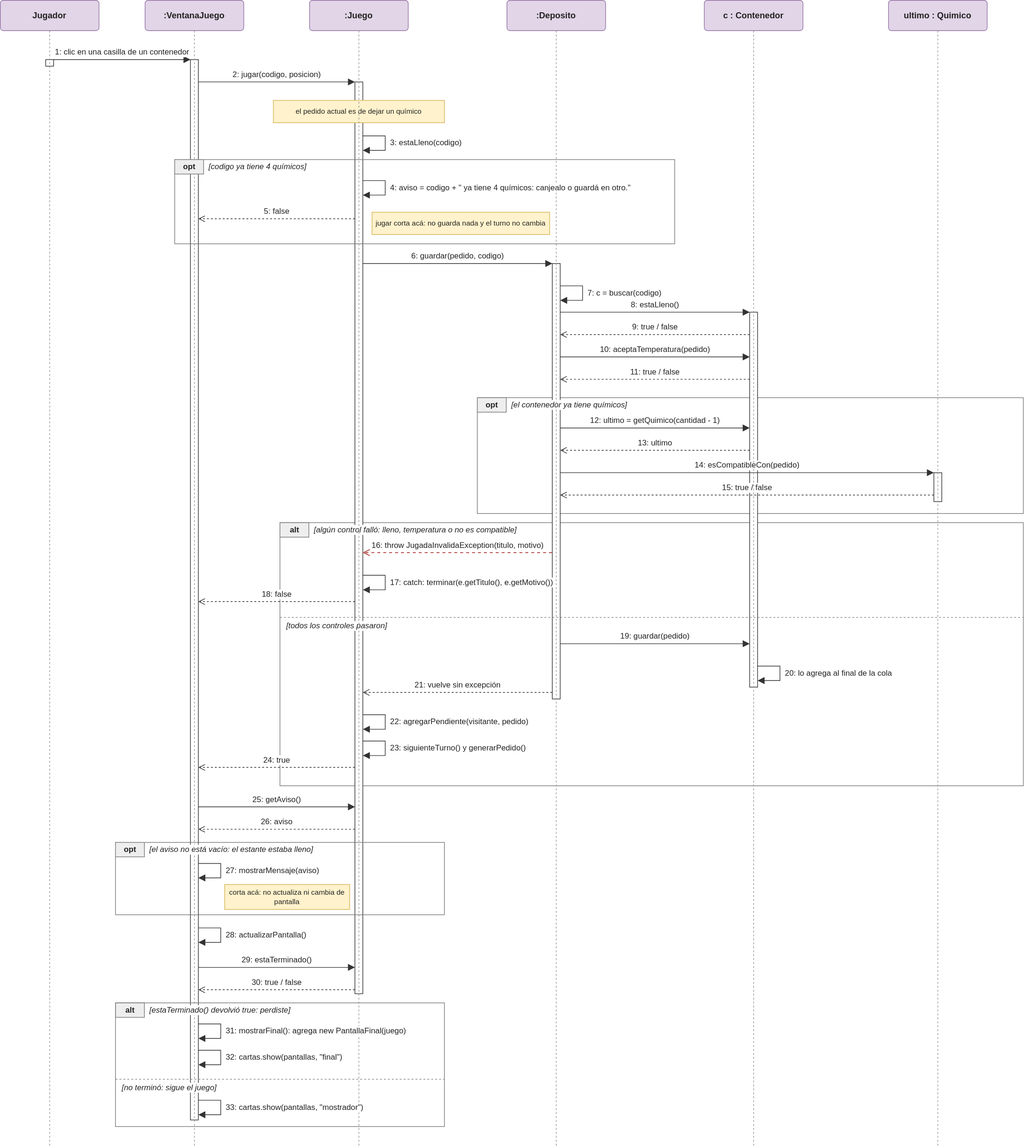
Above: Alquimia-diagramas-Secuencia_ guardar.drawio.svg in luzzaragoza/Brancheaditass (draw.io), before the change. Source tidied: cells renumbered, new cells last; positions are measured from the earlier drawing's top-left corner, leaving out a move shared by most shapes.
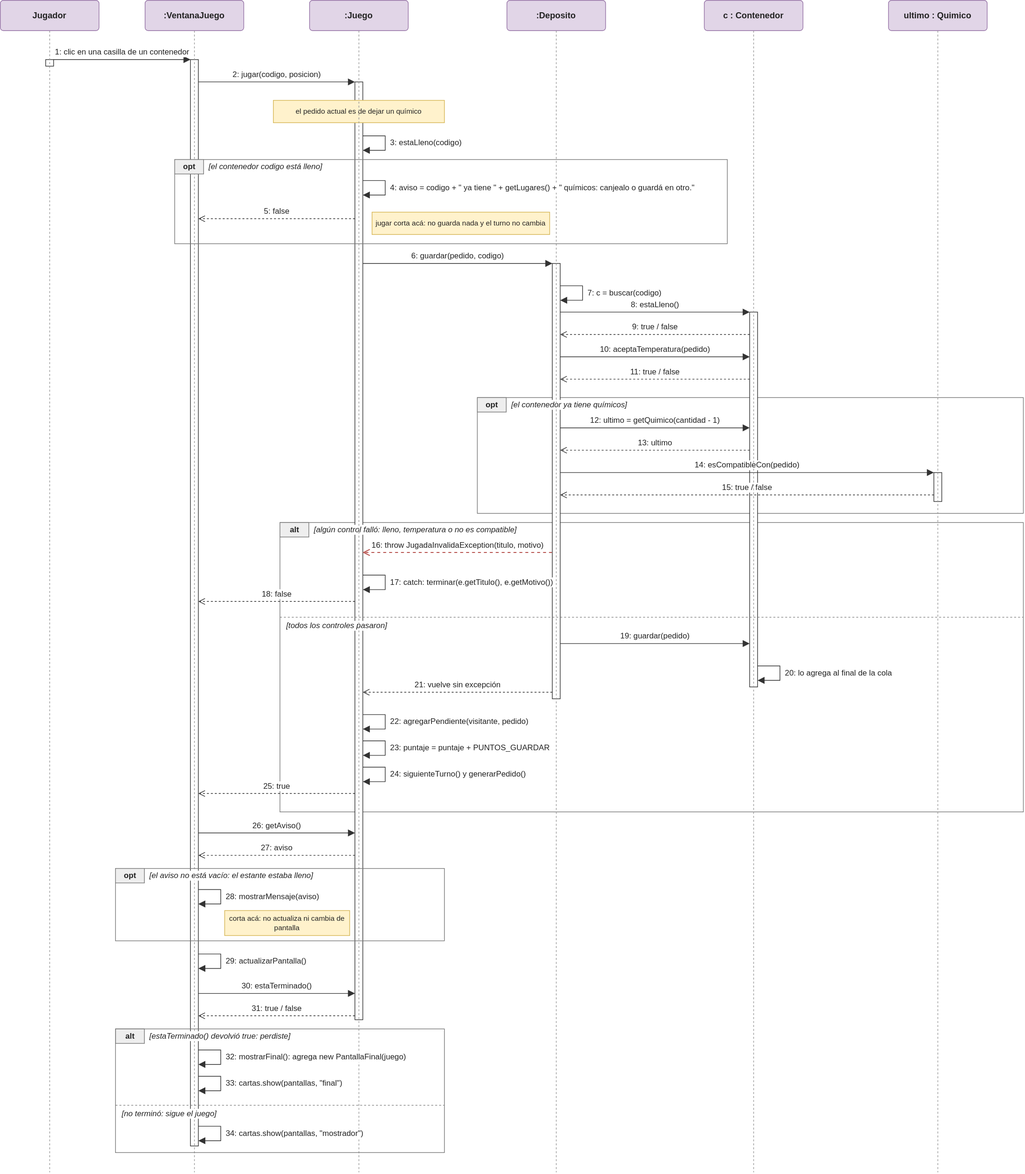
The same diagram one commit later.

Commit message:
Pocionella: título, getImagenEncargada en los paneles, diagramas y sprints finales

The edit, as a diff of the source:
```diff
@@ -8,3 +8,3 @@
     <mxCell id="3" style="rounded=0;html=1;fillColor=none;strokeColor=#7a7a7a;" parent="1" vertex="1">
-      <mxGeometry x="425" y="794" width="1130" height="400" as="geometry" />
+      <mxGeometry x="425" y="794" width="1130" height="440" as="geometry" />
     </mxCell>
@@ -14,6 +14,6 @@
     <mxCell id="5" style="rounded=0;html=1;fillColor=#ffffff;strokeColor=#333333;" parent="1" vertex="1">
-      <mxGeometry x="289" y="90" width="12" height="1612" as="geometry" />
+      <mxGeometry x="289" y="90" width="12" height="1652" as="geometry" />
     </mxCell>
     <mxCell id="6" style="rounded=0;html=1;fillColor=#ffffff;strokeColor=#333333;" parent="1" vertex="1">
-      <mxGeometry x="539" y="124" width="12" height="1386" as="geometry" />
+      <mxGeometry x="539" y="124" width="12" height="1426" as="geometry" />
     </mxCell>
@@ -241,7 +241,7 @@
       <mxGeometry relative="1" as="geometry">
-        <mxPoint x="551" y="1126" as="sourcePoint" />
-        <mxPoint x="551" y="1148" as="targetPoint" />
+        <mxPoint x="551" y="1166" as="sourcePoint" />
+        <mxPoint x="551" y="1188" as="targetPoint" />
         <Array as="points">
-          <mxPoint x="585" y="1126" />
-          <mxPoint x="585" y="1148" />
+          <mxPoint x="585" y="1166" />
+          <mxPoint x="585" y="1188" />
         </Array>
@@ -249,4 +249,4 @@
     </mxCell>
-    <mxCell id="56" value="23: siguienteTurno() y generarPedido()" style="text;html=1;strokeColor=none;fillColor=none;align=left;verticalAlign=middle;fontSize=12;fontFamily=Helvetica;fontColor=#222222;labelBackgroundColor=#ffffff;" parent="1" vertex="1">
-      <mxGeometry x="591" y="1128" width="360" height="18" as="geometry" />
+    <mxCell id="56" value="24: siguienteTurno() y generarPedido()" style="text;html=1;strokeColor=none;fillColor=none;align=left;verticalAlign=middle;fontSize=12;fontFamily=Helvetica;fontColor=#222222;labelBackgroundColor=#ffffff;" parent="1" vertex="1">
+      <mxGeometry x="591" y="1168" width="360" height="18" as="geometry" />
     </mxCell>
@@ -254,8 +254,8 @@
       <mxGeometry relative="1" as="geometry">
-        <mxPoint x="539" y="1166" as="sourcePoint" />
-        <mxPoint x="301" y="1166" as="targetPoint" />
+        <mxPoint x="539" y="1206" as="sourcePoint" />
+        <mxPoint x="301" y="1206" as="targetPoint" />
       </mxGeometry>
     </mxCell>
-    <mxCell id="58" value="24: true" style="text;html=1;strokeColor=none;fillColor=none;align=center;verticalAlign=middle;fontSize=12;fontFamily=Helvetica;fontColor=#222222;labelBackgroundColor=#ffffff;" parent="1" vertex="1">
-      <mxGeometry x="301" y="1146" width="238" height="18" as="geometry" />
+    <mxCell id="58" value="25: true" style="text;html=1;strokeColor=none;fillColor=none;align=center;verticalAlign=middle;fontSize=12;fontFamily=Helvetica;fontColor=#222222;labelBackgroundColor=#ffffff;" parent="1" vertex="1">
+      <mxGeometry x="301" y="1186" width="238" height="18" as="geometry" />
     </mxCell>
@@ -264,3 +264,3 @@
         <mxPoint x="75" y="46" as="sourcePoint" />
-        <mxPoint x="75" y="1742" as="targetPoint" />
+        <mxPoint x="75" y="1782" as="targetPoint" />
       </mxGeometry>
@@ -273,3 +273,3 @@
         <mxPoint x="295" y="46" as="sourcePoint" />
-        <mxPoint x="295" y="1742" as="targetPoint" />
+        <mxPoint x="295" y="1782" as="targetPoint" />
       </mxGeometry>
@@ -282,3 +282,3 @@
         <mxPoint x="545" y="46" as="sourcePoint" />
-        <mxPoint x="545" y="1742" as="targetPoint" />
+        <mxPoint x="545" y="1782" as="targetPoint" />
       </mxGeometry>
@@ -291,3 +291,3 @@
         <mxPoint x="845" y="46" as="sourcePoint" />
-        <mxPoint x="845" y="1742" as="targetPoint" />
+        <mxPoint x="845" y="1782" as="targetPoint" />
       </mxGeometry>
@@ -300,3 +300,3 @@
         <mxPoint x="1145" y="46" as="sourcePoint" />
-        <mxPoint x="1145" y="1742" as="targetPoint" />
+        <mxPoint x="1145" y="1782" as="targetPoint" />
       </mxGeometry>
@@ -309,3 +309,3 @@
         <mxPoint x="1425" y="46" as="sourcePoint" />
-        <mxPoint x="1425" y="1742" as="targetPoint" />
+        <mxPoint x="1425" y="1782" as="targetPoint" />
       </mxGeometry>
@@ -329,3 +329,3 @@
     <mxCell id="73" style="rounded=0;html=1;fillColor=none;strokeColor=#7a7a7a;" parent="1" vertex="1">
-      <mxGeometry x="265" y="242" width="760" height="128" as="geometry" />
+      <mxGeometry x="265" y="242" width="840" height="128" as="geometry" />
     </mxCell>
@@ -334,4 +334,4 @@
     </mxCell>
-    <mxCell id="75" value="[codigo ya tiene 4 químicos]" style="text;html=1;strokeColor=none;fillColor=none;align=left;verticalAlign=middle;fontSize=12;fontFamily=Helvetica;fontColor=#222222;labelBackgroundColor=#ffffff;fontStyle=2;" parent="1" vertex="1">
-      <mxGeometry x="315" y="244" width="704" height="18" as="geometry" />
+    <mxCell id="75" value="[el contenedor codigo está lleno]" style="text;html=1;strokeColor=none;fillColor=none;align=left;verticalAlign=middle;fontSize=12;fontFamily=Helvetica;fontColor=#222222;labelBackgroundColor=#ffffff;fontStyle=2;" parent="1" vertex="1">
+      <mxGeometry x="315" y="244" width="784" height="18" as="geometry" />
     </mxCell>
@@ -347,4 +347,4 @@
     </mxCell>
-    <mxCell id="77" value="4: aviso = codigo + &quot; ya tiene 4 químicos: canjealo o guardá en otro.&quot;" style="text;html=1;strokeColor=none;fillColor=none;align=left;verticalAlign=middle;fontSize=12;fontFamily=Helvetica;fontColor=#222222;labelBackgroundColor=#ffffff;" parent="1" vertex="1">
-      <mxGeometry x="591" y="276" width="420" height="18" as="geometry" />
+    <mxCell id="77" value="4: aviso = codigo + &quot; ya tiene &quot; + getLugares() + &quot; químicos: canjealo o guardá en otro.&quot;" style="text;html=1;strokeColor=none;fillColor=none;align=left;verticalAlign=middle;fontSize=12;fontFamily=Helvetica;fontColor=#222222;labelBackgroundColor=#ffffff;" parent="1" vertex="1">
+      <mxGeometry x="591" y="276" width="500" height="18" as="geometry" />
     </mxCell>
@@ -364,8 +364,8 @@
       <mxGeometry relative="1" as="geometry">
-        <mxPoint x="301" y="1226" as="sourcePoint" />
-        <mxPoint x="539" y="1226" as="targetPoint" />
+        <mxPoint x="301" y="1266" as="sourcePoint" />
+        <mxPoint x="539" y="1266" as="targetPoint" />
       </mxGeometry>
     </mxCell>
-    <mxCell id="82" value="25: getAviso()" style="text;html=1;strokeColor=none;fillColor=none;align=center;verticalAlign=middle;fontSize=12;fontFamily=Helvetica;fontColor=#222222;labelBackgroundColor=#ffffff;" parent="1" vertex="1">
-      <mxGeometry x="301" y="1206" width="238" height="18" as="geometry" />
+    <mxCell id="82" value="26: getAviso()" style="text;html=1;strokeColor=none;fillColor=none;align=center;verticalAlign=middle;fontSize=12;fontFamily=Helvetica;fontColor=#222222;labelBackgroundColor=#ffffff;" parent="1" vertex="1">
+      <mxGeometry x="301" y="1246" width="238" height="18" as="geometry" />
     </mxCell>
@@ -373,17 +373,17 @@
       <mxGeometry relative="1" as="geometry">
-        <mxPoint x="539" y="1260" as="sourcePoint" />
-        <mxPoint x="301" y="1260" as="targetPoint" />
+        <mxPoint x="539" y="1300" as="sourcePoint" />
+        <mxPoint x="301" y="1300" as="targetPoint" />
       </mxGeometry>
     </mxCell>
-    <mxCell id="84" value="26: aviso" style="text;html=1;strokeColor=none;fillColor=none;align=center;verticalAlign=middle;fontSize=12;fontFamily=Helvetica;fontColor=#222222;labelBackgroundColor=#ffffff;" parent="1" vertex="1">
-      <mxGeometry x="301" y="1240" width="238" height="18" as="geometry" />
+    <mxCell id="84" value="27: aviso" style="text;html=1;strokeColor=none;fillColor=none;align=center;verticalAlign=middle;fontSize=12;fontFamily=Helvetica;fontColor=#222222;labelBackgroundColor=#ffffff;" parent="1" vertex="1">
+      <mxGeometry x="301" y="1280" width="238" height="18" as="geometry" />
     </mxCell>
     <mxCell id="85" style="rounded=0;html=1;fillColor=none;strokeColor=#7a7a7a;" parent="1" vertex="1">
-      <mxGeometry x="175" y="1280" width="500" height="110" as="geometry" />
+      <mxGeometry x="175" y="1320" width="500" height="110" as="geometry" />
     </mxCell>
     <mxCell id="86" value="opt" style="rounded=0;html=1;fillColor=#eeeeee;strokeColor=#7a7a7a;fontStyle=1;fontSize=12;fontFamily=Helvetica;fontColor=#222222;" parent="1" vertex="1">
-      <mxGeometry x="175" y="1280" width="44" height="22" as="geometry" />
+      <mxGeometry x="175" y="1320" width="44" height="22" as="geometry" />
     </mxCell>
     <mxCell id="87" value="[el aviso no está vacío: el estante estaba lleno]" style="text;html=1;strokeColor=none;fillColor=none;align=left;verticalAlign=middle;fontSize=12;fontFamily=Helvetica;fontColor=#222222;labelBackgroundColor=#ffffff;fontStyle=2;" parent="1" vertex="1">
-      <mxGeometry x="225" y="1282" width="444" height="18" as="geometry" />
+      <mxGeometry x="225" y="1322" width="444" height="18" as="geometry" />
     </mxCell>
@@ -391,7 +391,7 @@
       <mxGeometry relative="1" as="geometry">
-        <mxPoint x="301" y="1312" as="sourcePoint" />
-        <mxPoint x="301" y="1334" as="targetPoint" />
+        <mxPoint x="301" y="1352" as="sourcePoint" />
+        <mxPoint x="301" y="1374" as="targetPoint" />
         <Array as="points">
-          <mxPoint x="335" y="1312" />
-          <mxPoint x="335" y="1334" />
+          <mxPoint x="335" y="1352" />
+          <mxPoint x="335" y="1374" />
         </Array>
@@ -399,7 +399,7 @@
     </mxCell>
-    <mxCell id="89" value="27: mostrarMensaje(aviso)" style="text;html=1;strokeColor=none;fillColor=none;align=left;verticalAlign=middle;fontSize=12;fontFamily=Helvetica;fontColor=#222222;labelBackgroundColor=#ffffff;" parent="1" vertex="1">
-      <mxGeometry x="341" y="1314" width="360" height="18" as="geometry" />
+    <mxCell id="89" value="28: mostrarMensaje(aviso)" style="text;html=1;strokeColor=none;fillColor=none;align=left;verticalAlign=middle;fontSize=12;fontFamily=Helvetica;fontColor=#222222;labelBackgroundColor=#ffffff;" parent="1" vertex="1">
+      <mxGeometry x="341" y="1354" width="360" height="18" as="geometry" />
     </mxCell>
     <mxCell id="90" value="corta acá: no actualiza ni cambia de pantalla" style="rounded=0;whiteSpace=wrap;html=1;fillColor=#fff2cc;strokeColor=#d6b656;fontSize=11;fontFamily=Helvetica;fontColor=#222222;" parent="1" vertex="1">
-      <mxGeometry x="341" y="1344" width="190" height="38" as="geometry" />
+      <mxGeometry x="341" y="1384" width="190" height="38" as="geometry" />
     </mxCell>
@@ -407,7 +407,7 @@
       <mxGeometry relative="1" as="geometry">
-        <mxPoint x="301" y="1410" as="sourcePoint" />
-        <mxPoint x="301" y="1432" as="targetPoint" />
+        <mxPoint x="301" y="1450" as="sourcePoint" />
+        <mxPoint x="301" y="1472" as="targetPoint" />
         <Array as="points">
-          <mxPoint x="335" y="1410" />
-          <mxPoint x="335" y="1432" />
+          <mxPoint x="335" y="1450" />
+          <mxPoint x="335" y="1472" />
         </Array>
@@ -415,4 +415,4 @@
     </mxCell>
-    <mxCell id="92" value="28: actualizarPantalla()" style="text;html=1;strokeColor=none;fillColor=none;align=left;verticalAlign=middle;fontSize=12;fontFamily=Helvetica;fontColor=#222222;labelBackgroundColor=#ffffff;" parent="1" vertex="1">
-      <mxGeometry x="341" y="1412" width="360" height="18" as="geometry" />
+    <mxCell id="92" value="29: actualizarPantalla()" style="text;html=1;strokeColor=none;fillColor=none;align=left;verticalAlign=middle;fontSize=12;fontFamily=Helvetica;fontColor=#222222;labelBackgroundColor=#ffffff;" parent="1" vertex="1">
+      <mxGeometry x="341" y="1452" width="360" height="18" as="geometry" />
     </mxCell>
@@ -420,8 +420,8 @@
       <mxGeometry relative="1" as="geometry">
-        <mxPoint x="301" y="1470" as="sourcePoint" />
-        <mxPoint x="539" y="1470" as="targetPoint" />
+        <mxPoint x="301" y="1510" as="sourcePoint" />
+        <mxPoint x="539" y="1510" as="targetPoint" />
       </mxGeometry>
     </mxCell>
-    <mxCell id="94" value="29: estaTerminado()" style="text;html=1;strokeColor=none;fillColor=none;align=center;verticalAlign=middle;fontSize=12;fontFamily=Helvetica;fontColor=#222222;labelBackgroundColor=#ffffff;" parent="1" vertex="1">
-      <mxGeometry x="301" y="1450" width="238" height="18" as="geometry" />
+    <mxCell id="94" value="30: estaTerminado()" style="text;html=1;strokeColor=none;fillColor=none;align=center;verticalAlign=middle;fontSize=12;fontFamily=Helvetica;fontColor=#222222;labelBackgroundColor=#ffffff;" parent="1" vertex="1">
+      <mxGeometry x="301" y="1490" width="238" height="18" as="geometry" />
     </mxCell>
@@ -429,14 +429,14 @@
       <mxGeometry relative="1" as="geometry">
-        <mxPoint x="539" y="1504" as="sourcePoint" />
-        <mxPoint x="301" y="1504" as="targetPoint" />
+        <mxPoint x="539" y="1544" as="sourcePoint" />
+        <mxPoint x="301" y="1544" as="targetPoint" />
       </mxGeometry>
     </mxCell>
-    <mxCell id="96" value="30: true / false" style="text;html=1;strokeColor=none;fillColor=none;align=center;verticalAlign=middle;fontSize=12;fontFamily=Helvetica;fontColor=#222222;labelBackgroundColor=#ffffff;" parent="1" vertex="1">
-      <mxGeometry x="301" y="1484" width="238" height="18" as="geometry" />
+    <mxCell id="96" value="31: true / false" style="text;html=1;strokeColor=none;fillColor=none;align=center;verticalAlign=middle;fontSize=12;fontFamily=Helvetica;fontColor=#222222;labelBackgroundColor=#ffffff;" parent="1" vertex="1">
+      <mxGeometry x="301" y="1524" width="238" height="18" as="geometry" />
     </mxCell>
     <mxCell id="97" value="alt" style="rounded=0;html=1;fillColor=#eeeeee;strokeColor=#7a7a7a;fontStyle=1;fontSize=12;fontFamily=Helvetica;fontColor=#222222;" parent="1" vertex="1">
-      <mxGeometry x="175" y="1524" width="44" height="22" as="geometry" />
+      <mxGeometry x="175" y="1564" width="44" height="22" as="geometry" />
     </mxCell>
     <mxCell id="98" value="[estaTerminado() devolvió true: perdiste]" style="text;html=1;strokeColor=none;fillColor=none;align=left;verticalAlign=middle;fontSize=12;fontFamily=Helvetica;fontColor=#222222;labelBackgroundColor=#ffffff;fontStyle=2;" parent="1" vertex="1">
-      <mxGeometry x="225" y="1526" width="444" height="18" as="geometry" />
+      <mxGeometry x="225" y="1566" width="444" height="18" as="geometry" />
     </mxCell>
@@ -444,7 +444,7 @@
       <mxGeometry relative="1" as="geometry">
-        <mxPoint x="301" y="1556" as="sourcePoint" />
-        <mxPoint x="301" y="1578" as="targetPoint" />
+        <mxPoint x="301" y="1596" as="sourcePoint" />
+        <mxPoint x="301" y="1618" as="targetPoint" />
         <Array as="points">
-          <mxPoint x="335" y="1556" />
-          <mxPoint x="335" y="1578" />
+          <mxPoint x="335" y="1596" />
+          <mxPoint x="335" y="1618" />
         </Array>
@@ -452,4 +452,4 @@
     </mxCell>
-    <mxCell id="100" value="31: mostrarFinal(): agrega new PantallaFinal(juego)" style="text;html=1;strokeColor=none;fillColor=none;align=left;verticalAlign=middle;fontSize=12;fontFamily=Helvetica;fontColor=#222222;labelBackgroundColor=#ffffff;" parent="1" vertex="1">
-      <mxGeometry x="341" y="1558" width="360" height="18" as="geometry" />
+    <mxCell id="100" value="32: mostrarFinal(): agrega new PantallaFinal(juego)" style="text;html=1;strokeColor=none;fillColor=none;align=left;verticalAlign=middle;fontSize=12;fontFamily=Helvetica;fontColor=#222222;labelBackgroundColor=#ffffff;" parent="1" vertex="1">
+      <mxGeometry x="341" y="1598" width="360" height="18" as="geometry" />
     </mxCell>
@@ -457,7 +457,7 @@
       <mxGeometry relative="1" as="geometry">
-        <mxPoint x="301" y="1596" as="sourcePoint" />
-        <mxPoint x="301" y="1618" as="targetPoint" />
+        <mxPoint x="301" y="1636" as="sourcePoint" />
+        <mxPoint x="301" y="1658" as="targetPoint" />
         <Array as="points">
-          <mxPoint x="335" y="1596" />
-          <mxPoint x="335" y="1618" />
+          <mxPoint x="335" y="1636" />
+          <mxPoint x="335" y="1658" />
         </Array>
@@ -465,4 +465,4 @@
     </mxCell>
-    <mxCell id="102" value="32: cartas.show(pantallas, &quot;final&quot;)" style="text;html=1;strokeColor=none;fillColor=none;align=left;verticalAlign=middle;fontSize=12;fontFamily=Helvetica;fontColor=#222222;labelBackgroundColor=#ffffff;" parent="1" vertex="1">
-      <mxGeometry x="341" y="1598" width="360" height="18" as="geometry" />
+    <mxCell id="102" value="33: cartas.show(pantallas, &quot;final&quot;)" style="text;html=1;strokeColor=none;fillColor=none;align=left;verticalAlign=middle;fontSize=12;fontFamily=Helvetica;fontColor=#222222;labelBackgroundColor=#ffffff;" parent="1" vertex="1">
+      <mxGeometry x="341" y="1638" width="360" height="18" as="geometry" />
     </mxCell>
@@ -470,4 +470,4 @@
       <mxGeometry relative="1" as="geometry">
-        <mxPoint x="175" y="1640" as="sourcePoint" />
-        <mxPoint x="675" y="1640" as="targetPoint" />
+        <mxPoint x="175" y="1680" as="sourcePoint" />
+        <mxPoint x="675" y="1680" as="targetPoint" />
       </mxGeometry>
@@ -475,3 +475,3 @@
     <mxCell id="104" value="[no terminó: sigue el juego]" style="text;html=1;strokeColor=none;fillColor=none;align=left;verticalAlign=middle;fontSize=12;fontFamily=Helvetica;fontColor=#222222;labelBackgroundColor=#ffffff;fontStyle=2;" parent="1" vertex="1">
-      <mxGeometry x="183" y="1644" width="484" height="18" as="geometry" />
+      <mxGeometry x="183" y="1684" width="484" height="18" as="geometry" />
     </mxCell>
@@ -479,7 +479,7 @@
       <mxGeometry relative="1" as="geometry">
-        <mxPoint x="301" y="1672" as="sourcePoint" />
-        <mxPoint x="301" y="1694" as="targetPoint" />
+        <mxPoint x="301" y="1712" as="sourcePoint" />
+        <mxPoint x="301" y="1734" as="targetPoint" />
         <Array as="points">
-          <mxPoint x="335" y="1672" />
-          <mxPoint x="335" y="1694" />
+          <mxPoint x="335" y="1712" />
+          <mxPoint x="335" y="1734" />
         </Array>
@@ -487,8 +487,21 @@
     </mxCell>
-    <mxCell id="106" value="33: cartas.show(pantallas, &quot;mostrador&quot;)" style="text;html=1;strokeColor=none;fillColor=none;align=left;verticalAlign=middle;fontSize=12;fontFamily=Helvetica;fontColor=#222222;labelBackgroundColor=#ffffff;" parent="1" vertex="1">
-      <mxGeometry x="341" y="1674" width="360" height="18" as="geometry" />
+    <mxCell id="106" value="34: cartas.show(pantallas, &quot;mostrador&quot;)" style="text;html=1;strokeColor=none;fillColor=none;align=left;verticalAlign=middle;fontSize=12;fontFamily=Helvetica;fontColor=#222222;labelBackgroundColor=#ffffff;" parent="1" vertex="1">
+      <mxGeometry x="341" y="1714" width="360" height="18" as="geometry" />
     </mxCell>
     <mxCell id="107" style="rounded=0;html=1;fillColor=none;strokeColor=#7a7a7a;" parent="1" vertex="1">
-      <mxGeometry x="175" y="1524" width="500" height="188" as="geometry" />
+      <mxGeometry x="175" y="1564" width="500" height="188" as="geometry" />
     </mxCell>
+    <mxCell id="108" style="endArrow=block;endFill=1;html=1;rounded=0;strokeColor=#333333;endSize=8;" parent="1" edge="1">
+      <mxGeometry relative="1" as="geometry">
+        <mxPoint x="551" y="1126" as="sourcePoint" />
+        <mxPoint x="551" y="1148" as="targetPoint" />
+        <Array as="points">
+          <mxPoint x="585" y="1126" />
+          <mxPoint x="585" y="1148" />
+        </Array>
+      </mxGeometry>
+    </mxCell>
+    <mxCell id="109" value="23: puntaje = puntaje + PUNTOS_GUARDAR" style="text;html=1;strokeColor=none;fillColor=none;align=left;verticalAlign=middle;fontSize=12;fontFamily=Helvetica;fontColor=#222222;labelBackgroundColor=#ffffff;" parent="1" vertex="1">
+      <mxGeometry x="591" y="1128" width="360" height="18" as="geometry" />
+    </mxCell>
   </root>
```
